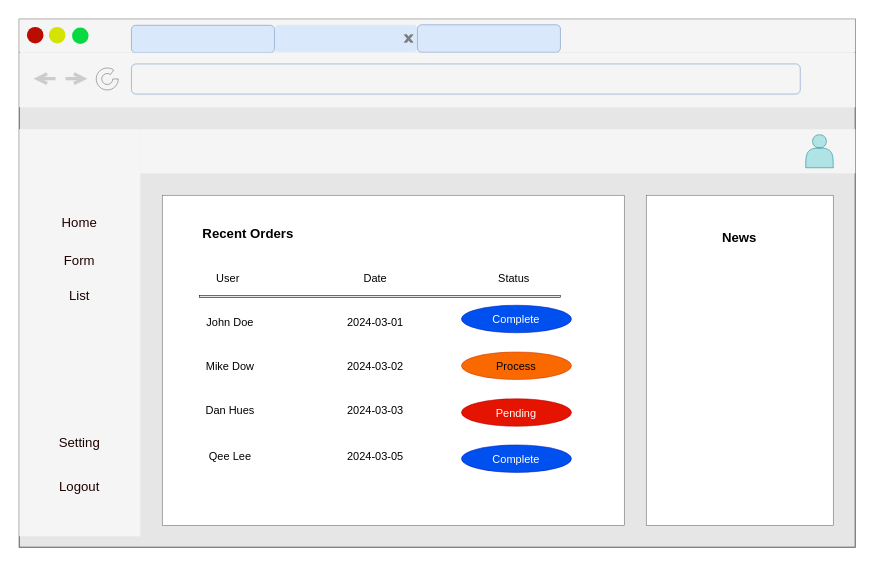
The draw.io diagram page "PC" (1 of 2) of doc/ui/screen/Home.drawio in masanikusu/FormSample, before the edit. Source tidied: cells renumbered, new cells numbered last; positions are measured from the earlier drawing's top-left corner, leaving out a move shared by most shapes. Both pictures are drawn from the tidied source at 110%, with x=0, y=0 at pixel (19, 19).
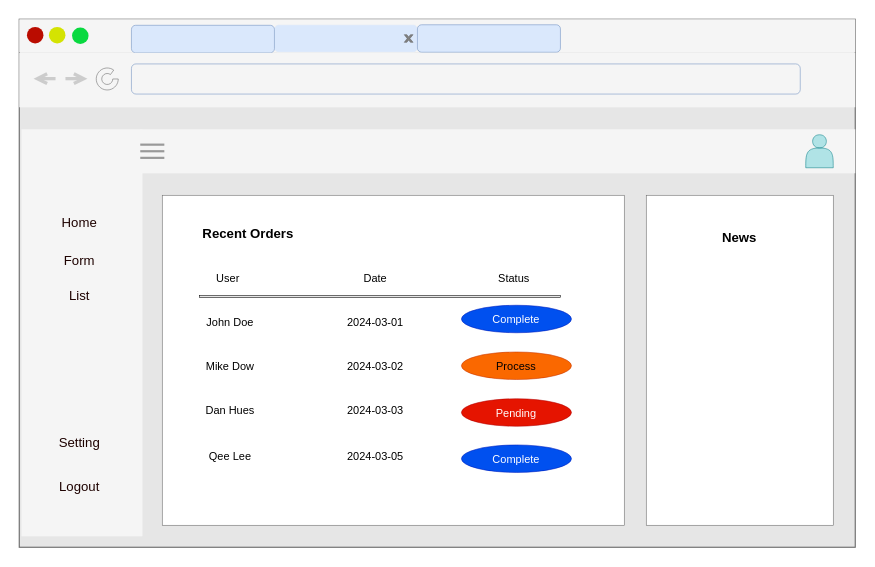
Above is the later version.

What changed in the source:
```diff
@@
     <mxCell id="3" style="rounded=0;whiteSpace=wrap;html=1;strokeColor=none;strokeWidth=2;fillColor=#f5f5f5;fontColor=#333333;" parent="1" vertex="1">
-      <mxGeometry y="100" width="110" height="370" as="geometry" />
+      <mxGeometry x="2" y="100" width="110" height="370" as="geometry" />
     </mxCell>
@@
+    <mxCell id="45" style="group;" parent="1" vertex="1">
+      <mxGeometry x="110" y="109" width="21.9" height="22" as="geometry" />
+    </mxCell>
+    <mxCell id="46" style="line;strokeWidth=2;html=1;strokeColor=#999999;fontSize=8;fontColor=#000000;fillColor=#B3B3B3;gradientColor=none;gradientDirection=west;" parent="45" vertex="1">
+      <mxGeometry y="6" width="21.9" height="10" as="geometry" />
+    </mxCell>
+    <mxCell id="47" style="line;strokeWidth=2;html=1;strokeColor=#999999;fontSize=8;fontColor=#000000;fillColor=#B3B3B3;gradientColor=none;gradientDirection=west;" parent="45" vertex="1">
+      <mxGeometry width="21.9" height="10" as="geometry" />
+    </mxCell>
+    <mxCell id="48" style="line;strokeWidth=2;html=1;strokeColor=#999999;fontSize=8;fontColor=#000000;fillColor=#B3B3B3;gradientColor=none;gradientDirection=west;" parent="45" vertex="1">
+      <mxGeometry y="12" width="21.9" height="10" as="geometry" />
+    </mxCell>
```
